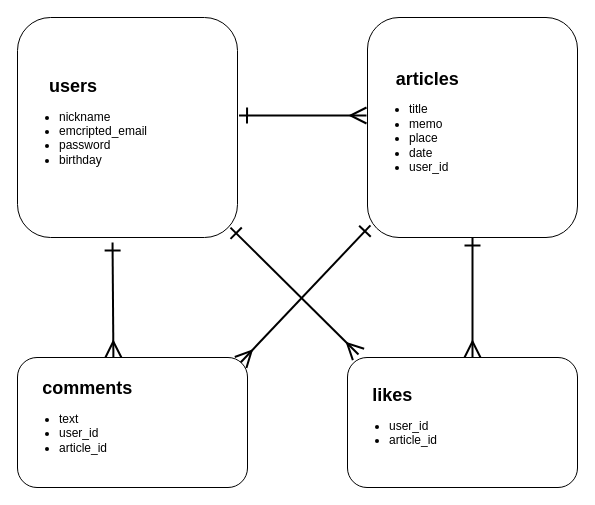
Above: ER.drawio in ariyawala/footprints (draw.io), before the change. Source tidied: cells renumbered, new cells numbered last; positions are measured from the earlier drawing's top-left corner, leaving out a move shared by most shapes. Both pictures are drawn from the tidied source at 100%, with x=0, y=0 at pixel (17, 17).
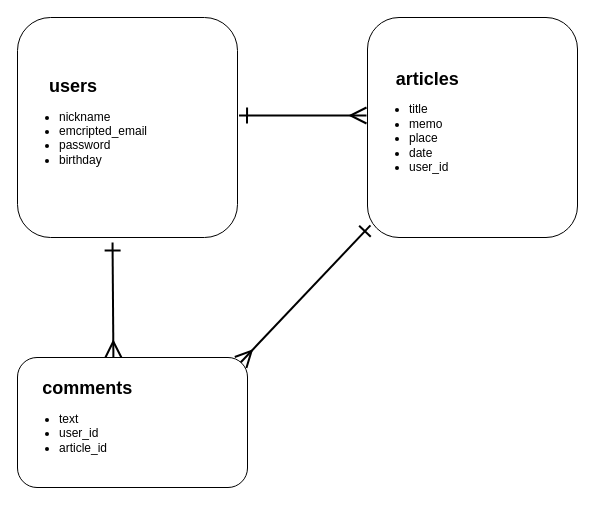
Above is the later version.

What changed in the source:
```diff
@@
 <mxGraphModel>
   <root>
     <mxCell id="0" />
     <mxCell id="1" parent="0" />
     <mxCell id="2" value="&amp;nbsp; &amp;nbsp; &amp;nbsp; &amp;nbsp; &amp;nbsp;&lt;b&gt;&lt;font style=&quot;font-size: 18px&quot;&gt;users&lt;/font&gt;&lt;/b&gt;&lt;br&gt;&lt;ul&gt;&lt;li&gt;nickname&lt;/li&gt;&lt;li&gt;emcripted_email&lt;/li&gt;&lt;li&gt;password&lt;/li&gt;&lt;li&gt;birthday&lt;/li&gt;&lt;/ul&gt;" style="rounded=1;whiteSpace=wrap;html=1;align=left;" parent="1" vertex="1">
       <mxGeometry width="220" height="220" as="geometry" />
     </mxCell>
     <mxCell id="3" value="&amp;nbsp; &amp;nbsp; &amp;nbsp; &amp;nbsp; &lt;b&gt;&lt;font style=&quot;font-size: 18px&quot;&gt;articles&lt;br&gt;&lt;/font&gt;&lt;/b&gt;&lt;ul&gt;&lt;li&gt;title&lt;/li&gt;&lt;li&gt;memo&lt;/li&gt;&lt;li&gt;place&lt;/li&gt;&lt;li&gt;date&lt;/li&gt;&lt;li&gt;user_id&lt;/li&gt;&lt;/ul&gt;" style="rounded=1;whiteSpace=wrap;html=1;align=left;" parent="1" vertex="1">
       <mxGeometry x="350" width="210" height="220" as="geometry" />
     </mxCell>
     <mxCell id="4" style="endArrow=ERmany;html=1;exitX=1.007;exitY=0.445;exitDx=0;exitDy=0;exitPerimeter=0;endFill=0;startArrow=ERone;startFill=0;strokeWidth=2;endSize=13;startSize=13;" parent="1" edge="1" source="2">
       <mxGeometry relative="1" as="geometry">
         <mxPoint x="349" y="98" as="targetPoint" />
       </mxGeometry>
     </mxCell>
     <mxCell id="5" style="edgeStyle=orthogonalEdgeStyle;rounded=0;orthogonalLoop=1;jettySize=auto;html=1;exitX=0.5;exitY=1;exitDx=0;exitDy=0;startArrow=ERone;startFill=0;endArrow=ERone;endFill=0;strokeWidth=3;" parent="1" edge="1" source="3" target="3">
       <mxGeometry relative="1" as="geometry" />
     </mxCell>
     <mxCell id="6" style="endArrow=ERmany;html=1;startArrow=ERone;startFill=0;endFill=0;strokeWidth=2;targetPerimeterSpacing=0;endSize=13;startSize=13;exitX=0.014;exitY=0.945;exitDx=0;exitDy=0;exitPerimeter=0;entryX=0.97;entryY=0.038;entryDx=0;entryDy=0;entryPerimeter=0;" parent="1" edge="1" source="3" target="7">
       <mxGeometry relative="1" as="geometry" />
     </mxCell>
     <mxCell id="7" value="&lt;span&gt;&amp;nbsp; &amp;nbsp; &amp;nbsp; &amp;nbsp;&lt;/span&gt;&lt;b&gt;&lt;font style=&quot;font-size: 18px&quot;&gt;comments&lt;br&gt;&lt;/font&gt;&lt;/b&gt;&lt;ul&gt;&lt;li&gt;text&lt;/li&gt;&lt;li&gt;user_id&lt;/li&gt;&lt;li&gt;article_id&lt;/li&gt;&lt;/ul&gt;" style="rounded=1;whiteSpace=wrap;html=1;align=left;" parent="1" vertex="1">
       <mxGeometry y="340" width="230" height="130" as="geometry" />
     </mxCell>
     <mxCell id="8" style="endArrow=ERmany;html=1;startArrow=ERone;startFill=0;endFill=0;strokeWidth=2;targetPerimeterSpacing=0;endSize=13;startSize=13;exitX=0.432;exitY=1.023;exitDx=0;exitDy=0;exitPerimeter=0;entryX=0.417;entryY=0;entryDx=0;entryDy=0;entryPerimeter=0;" parent="1" edge="1" source="2" target="7">
       <mxGeometry relative="1" as="geometry" />
     </mxCell>
-    <mxCell id="9" value="&lt;span&gt;&amp;nbsp; &amp;nbsp; &amp;nbsp; &amp;nbsp;&lt;/span&gt;&lt;b&gt;&lt;font style=&quot;font-size: 18px&quot;&gt;likes&lt;br&gt;&lt;/font&gt;&lt;/b&gt;&lt;ul&gt;&lt;li&gt;user_id&lt;/li&gt;&lt;li&gt;article_id&lt;/li&gt;&lt;/ul&gt;" style="rounded=1;whiteSpace=wrap;html=1;align=left;" parent="1" vertex="1">
-      <mxGeometry x="330" y="340" width="230" height="130" as="geometry" />
-    </mxCell>
-    <mxCell id="10" style="endArrow=ERmany;html=1;exitX=0.968;exitY=0.955;exitDx=0;exitDy=0;exitPerimeter=0;strokeWidth=2;startArrow=ERone;startFill=0;endFill=0;endSize=13;startSize=13;" parent="1" edge="1" source="2">
-      <mxGeometry relative="1" as="geometry">
-        <mxPoint x="341" y="337" as="targetPoint" />
-      </mxGeometry>
-    </mxCell>
-    <mxCell id="11" style="endArrow=ERone;html=1;strokeWidth=2;entryX=0.5;entryY=1;entryDx=0;entryDy=0;startArrow=ERmany;startFill=0;endFill=0;endSize=13;startSize=13;" parent="1" edge="1" target="3">
-      <mxGeometry relative="1" as="geometry">
-        <mxPoint x="455" y="340" as="sourcePoint" />
-      </mxGeometry>
-    </mxCell>
   </root>
 </mxGraphModel>
```
